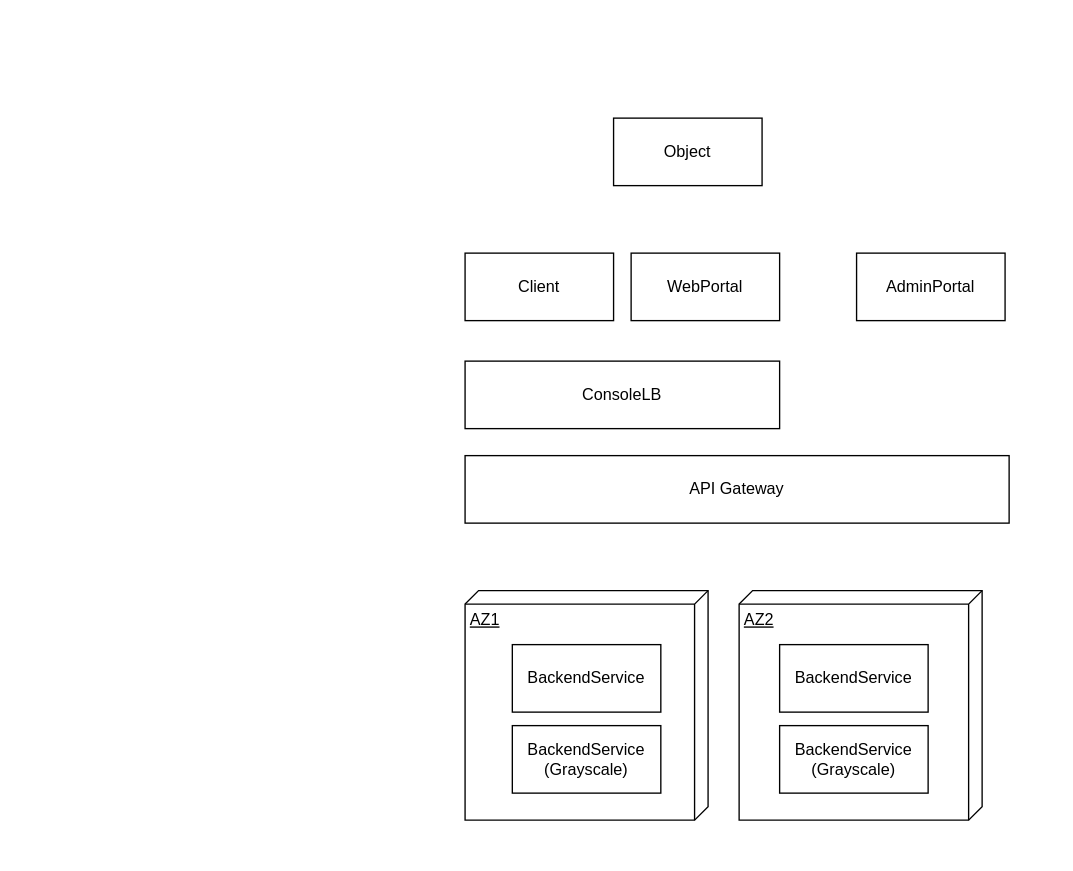
Above: ServiceDeploymentDiagram.drawio in Timothyhay/CookieBox (draw.io), before the change. Source tidied: cells renumbered, new cells numbered last; positions are measured from the earlier drawing's top-left corner, leaving out a move shared by most shapes. Both pictures are drawn from the tidied source at 135%, with x=0, y=0 at pixel (464, 117).
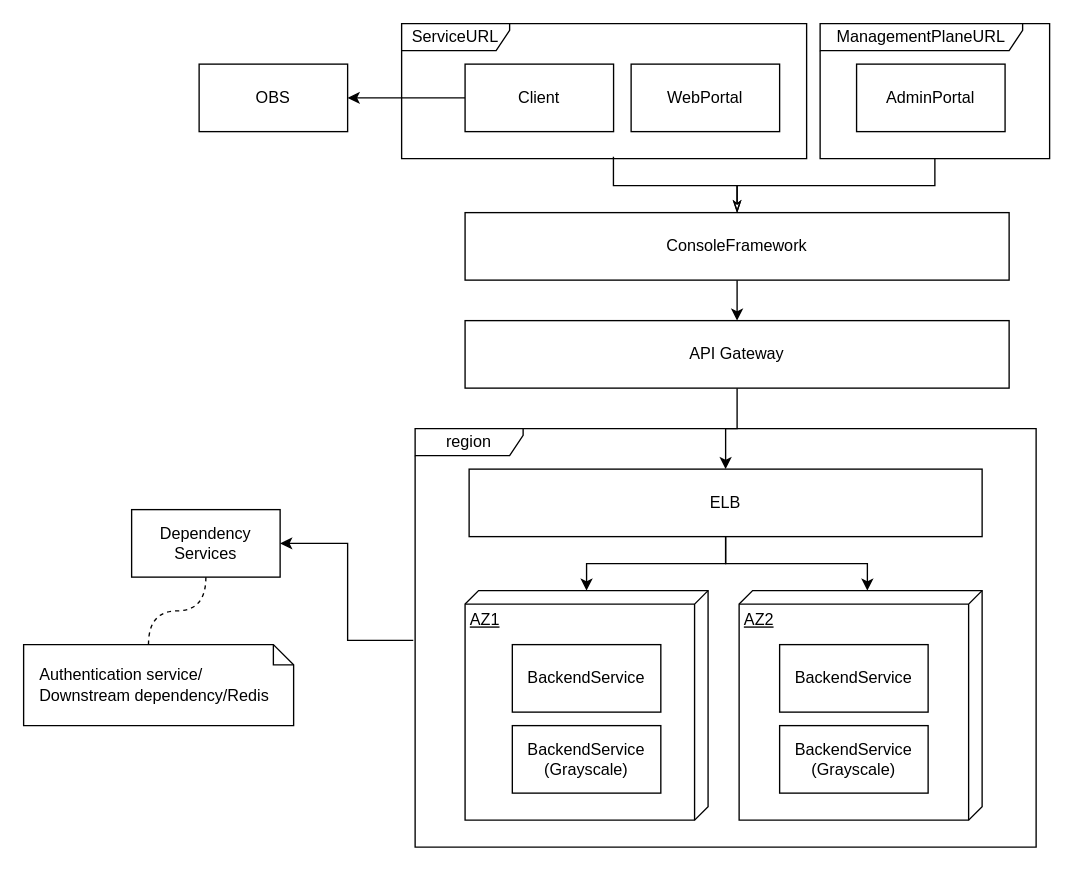
The same page after the edit.

Unchanged cells that the change refers to:
```xml
<mxCell id="8" value="AZ1" style="verticalAlign=top;align=left;spacingTop=8;spacingLeft=2;spacingRight=12;shape=cube;size=10;direction=south;fontStyle=4;html=1;whiteSpace=wrap;" parent="1" vertex="1">
  <mxGeometry y="350" width="180" height="170" as="geometry" />
</mxCell>
<mxCell id="9" value="AZ2" style="verticalAlign=top;align=left;spacingTop=8;spacingLeft=2;spacingRight=12;shape=cube;size=10;direction=south;fontStyle=4;html=1;whiteSpace=wrap;" parent="1" vertex="1">
  <mxGeometry x="203" y="350" width="180" height="170" as="geometry" />
</mxCell>
```

Change to the diagram source:
```diff
@@
+    <mxCell id="14" style="edgeStyle=orthogonalEdgeStyle;rounded=0;jettySize=auto;html=1;exitX=0;exitY=0.5;exitDx=0;exitDy=0;" parent="1" edge="1" source="2" target="20">
+      <mxGeometry relative="1" as="geometry" />
+    </mxCell>
     <mxCell id="2" value="Client" style="html=1;whiteSpace=wrap;" parent="1" vertex="1">
-      <mxGeometry y="100" width="110" height="50" as="geometry" />
+      <mxGeometry y="-40" width="110" height="50" as="geometry" />
     </mxCell>
-    <mxCell id="3" value="Object" style="html=1;whiteSpace=wrap;" parent="1" vertex="1">
-      <mxGeometry x="110" width="110" height="50" as="geometry" />
-    </mxCell>
     <mxCell id="4" value="WebPortal" style="html=1;whiteSpace=wrap;" parent="1" vertex="1">
-      <mxGeometry x="123" y="100" width="110" height="50" as="geometry" />
+      <mxGeometry x="123" y="-40" width="110" height="50" as="geometry" />
     </mxCell>
     <mxCell id="5" value="AdminPortal" style="html=1;whiteSpace=wrap;" parent="1" vertex="1">
-      <mxGeometry x="290" y="100" width="110" height="50" as="geometry" />
+      <mxGeometry x="290" y="-40" width="110" height="50" as="geometry" />
     </mxCell>
+    <mxCell id="15" style="edgeStyle=orthogonalEdgeStyle;rounded=0;jettySize=auto;html=1;exitX=0.5;exitY=0;exitDx=0;exitDy=0;strokeColor=default;startArrow=classicThin;startFill=0;endArrow=none;endFill=0;" parent="1" edge="1" source="6" target="19">
+      <mxGeometry relative="1" as="geometry" />
+    </mxCell>
+    <mxCell id="16" style="edgeStyle=orthogonalEdgeStyle;rounded=0;jettySize=auto;html=1;exitX=0.5;exitY=1;exitDx=0;exitDy=0;entryX=0.5;entryY=0;entryDx=0;entryDy=0;" parent="1" edge="1" source="6" target="7">
+      <mxGeometry relative="1" as="geometry" />
+    </mxCell>
-    <mxCell id="6" value="ConsoleLB" style="html=1;whiteSpace=wrap;" parent="1" vertex="1">
-      <mxGeometry y="180" width="233" height="50" as="geometry" />
+    <mxCell id="6" value="ConsoleFramework" style="html=1;whiteSpace=wrap;" parent="1" vertex="1">
+      <mxGeometry y="70" width="403" height="50" as="geometry" />
     </mxCell>
+    <mxCell id="17" style="edgeStyle=orthogonalEdgeStyle;rounded=0;jettySize=auto;html=1;exitX=0.5;exitY=1;exitDx=0;exitDy=0;entryX=0.5;entryY=0;entryDx=0;entryDy=0;" parent="1" edge="1" source="7" target="24">
+      <mxGeometry relative="1" as="geometry" />
+    </mxCell>
     <mxCell id="7" value="API Gateway" style="html=1;whiteSpace=wrap;" parent="1" vertex="1">
-      <mxGeometry y="250" width="403" height="50" as="geometry" />
+      <mxGeometry y="150" width="403" height="50" as="geometry" />
     </mxCell>
@@
+    <mxCell id="18" value="ServiceURL" style="shape=umlFrame;whiteSpace=wrap;html=1;width=80;height=20;" parent="1" vertex="1">
+      <mxGeometry x="-47" y="-70" width="300" height="100" as="geometry" />
+    </mxCell>
+    <mxCell id="19" value="ManagementPlaneURL" style="shape=umlFrame;whiteSpace=wrap;html=1;width=150;height=20;" parent="1" vertex="1">
+      <mxGeometry x="263" y="-70" width="170" height="100" as="geometry" />
+    </mxCell>
+    <mxCell id="20" value="OBS" style="html=1;whiteSpace=wrap;" parent="1" vertex="1">
+      <mxGeometry x="-197" y="-40" width="110" height="50" as="geometry" />
+    </mxCell>
+    <mxCell id="21" style="edgeStyle=orthogonalEdgeStyle;rounded=0;jettySize=auto;html=1;exitX=0.5;exitY=0;exitDx=0;exitDy=0;entryX=0.523;entryY=0.986;entryDx=0;entryDy=0;entryPerimeter=0;strokeColor=default;startArrow=classicThin;startFill=0;endArrow=none;endFill=0;" parent="1" edge="1" source="6" target="18">
+      <mxGeometry relative="1" as="geometry" />
+    </mxCell>
+    <mxCell id="22" value="region" style="shape=umlFrame;whiteSpace=wrap;html=1;width=80;height=20;" parent="1" vertex="1">
+      <mxGeometry x="-37" y="230" width="460" height="310" as="geometry" />
+    </mxCell>
+    <mxCell id="23" style="edgeStyle=orthogonalEdgeStyle;rounded=0;jettySize=auto;html=1;exitX=0.5;exitY=1;exitDx=0;exitDy=0;" parent="1" edge="1" source="24" target="8">
+      <mxGeometry relative="1" as="geometry" />
+    </mxCell>
+    <mxCell id="24" value="ELB" style="html=1;whiteSpace=wrap;" parent="1" vertex="1">
+      <mxGeometry x="3" y="260" width="380" height="50" as="geometry" />
+    </mxCell>
+    <mxCell id="25" style="edgeStyle=orthogonalEdgeStyle;rounded=0;jettySize=auto;html=1;exitX=0.5;exitY=1;exitDx=0;exitDy=0;entryX=0;entryY=0;entryDx=0;entryDy=85;entryPerimeter=0;" parent="1" edge="1" source="24" target="9">
+      <mxGeometry relative="1" as="geometry" />
+    </mxCell>
+    <mxCell id="26" value="Dependency Services" style="html=1;whiteSpace=wrap;" parent="1" vertex="1">
+      <mxGeometry x="-247" y="290" width="110" height="50" as="geometry" />
+    </mxCell>
+    <mxCell id="27" style="edgeStyle=orthogonalEdgeStyle;rounded=0;jettySize=auto;html=1;exitX=1;exitY=0.5;exitDx=0;exitDy=0;entryX=-0.003;entryY=0.506;entryDx=0;entryDy=0;entryPerimeter=0;endArrow=none;endFill=0;startArrow=classic;startFill=1;" parent="1" edge="1" source="26" target="22">
+      <mxGeometry relative="1" as="geometry" />
+    </mxCell>
+    <mxCell id="28" style="edgeStyle=orthogonalEdgeStyle;rounded=0;jettySize=auto;html=1;exitX=0;exitY=0;exitDx=92.5;exitDy=0;exitPerimeter=0;entryX=0.5;entryY=1;entryDx=0;entryDy=0;dashed=1;curved=1;endArrow=none;endFill=0;" parent="1" edge="1" source="29" target="26">
+      <mxGeometry relative="1" as="geometry" />
+    </mxCell>
+    <mxCell id="29" value="Authentication service/&lt;div&gt;Downstream dependency/Redis&lt;/div&gt;" style="shape=note;size=15;align=left;spacingLeft=10;html=1;whiteSpace=wrap;" parent="1" vertex="1">
+      <mxGeometry x="-327" y="390" width="200" height="60" as="geometry" />
+    </mxCell>
```
